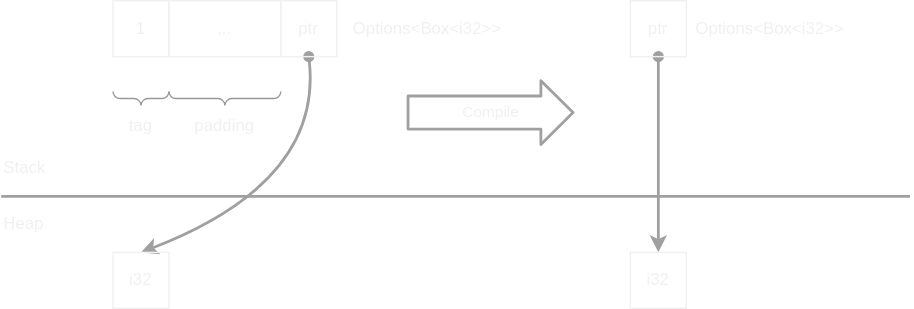
This is docs/rust/memory_layout/images/option.drawio.svg from htgithub194/self-study, a draw.io export, as it was before one commit. Source tidied: cells renumbered, new cells last; positions are measured from the earlier drawing's top-left corner, leaving out a move shared by most shapes.
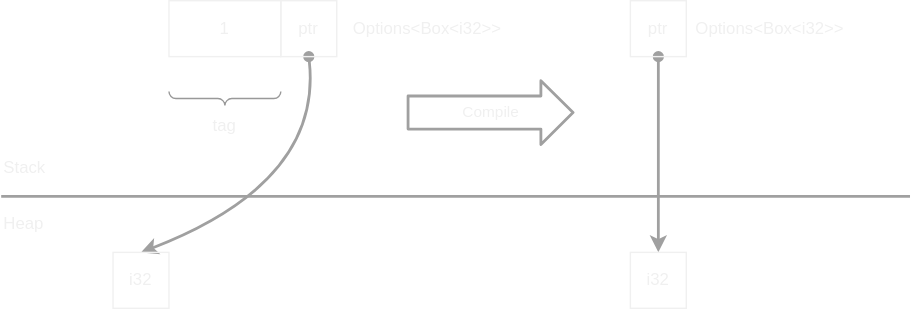
Later version of the same file.

What changed in the source:
```diff
@@ -2,10 +2,7 @@
   <root>
     <mxCell id="0" />
     <mxCell id="1" parent="0" />
-    <mxCell id="2" value="1" style="rounded=0;whiteSpace=wrap;html=1;flipH=1;flipV=1;fillColor=none;fontColor=#F0F0F0;strokeColor=#F0F0F0;" parent="1" vertex="1">
-      <mxGeometry x="80" width="40" height="40" as="geometry" />
-    </mxCell>
-    <mxCell id="3" value="..." style="rounded=0;whiteSpace=wrap;html=1;flipH=1;flipV=1;fillColor=none;fontColor=#F0F0F0;strokeColor=#F0F0F0;" parent="1" vertex="1">
+    <mxCell id="3" value="1" style="rounded=0;whiteSpace=wrap;html=1;flipH=1;flipV=1;fillColor=none;fontColor=#F0F0F0;strokeColor=#F0F0F0;" parent="1" vertex="1">
       <mxGeometry x="120" width="80" height="40" as="geometry" />
     </mxCell>
     <mxCell id="4" style="edgeStyle=none;curved=1;html=1;exitX=0.5;exitY=1;exitDx=0;exitDy=0;entryX=0.5;entryY=0;entryDx=0;entryDy=0;strokeColor=#A0A0A0;strokeWidth=2;startArrow=oval;startFill=1;targetPerimeterSpacing=10;fontColor=#F0F0F0;" parent="1" edge="1" source="5" target="14">
@@ -18,16 +15,10 @@
     <mxCell id="5" value="ptr" style="rounded=0;whiteSpace=wrap;html=1;flipH=1;flipV=1;fillColor=none;fontColor=#F0F0F0;strokeColor=#F0F0F0;" parent="1" vertex="1">
       <mxGeometry x="200" width="40" height="40" as="geometry" />
     </mxCell>
-    <mxCell id="6" style="verticalLabelPosition=bottom;shadow=0;dashed=0;align=center;html=1;verticalAlign=top;strokeWidth=1;shape=mxgraph.mockup.markup.curlyBrace;strokeColor=#999999;rotation=-180;fontColor=#F0F0F0;" parent="1" vertex="1">
-      <mxGeometry x="80" y="60" width="40" height="20" as="geometry" />
-    </mxCell>
     <mxCell id="7" style="verticalLabelPosition=bottom;shadow=0;dashed=0;align=center;html=1;verticalAlign=top;strokeWidth=1;shape=mxgraph.mockup.markup.curlyBrace;strokeColor=#999999;rotation=-180;fontColor=#F0F0F0;" parent="1" vertex="1">
       <mxGeometry x="120" y="65" width="80" height="10" as="geometry" />
     </mxCell>
-    <mxCell id="8" value="tag" style="text;html=1;strokeColor=none;fillColor=none;align=center;verticalAlign=middle;whiteSpace=wrap;rounded=0;fontColor=#F0F0F0;" parent="1" vertex="1">
-      <mxGeometry x="80" y="80" width="40" height="20" as="geometry" />
-    </mxCell>
-    <mxCell id="9" value="padding" style="text;html=1;strokeColor=none;fillColor=none;align=center;verticalAlign=middle;whiteSpace=wrap;rounded=0;fontColor=#F0F0F0;" parent="1" vertex="1">
+    <mxCell id="9" value="tag" style="text;html=1;strokeColor=none;fillColor=none;align=center;verticalAlign=middle;whiteSpace=wrap;rounded=0;fontColor=#F0F0F0;" parent="1" vertex="1">
       <mxGeometry x="120" y="80" width="80" height="20" as="geometry" />
     </mxCell>
     <mxCell id="10" value="Options&amp;lt;Box&amp;lt;i32&amp;gt;&amp;gt;" style="text;html=1;strokeColor=none;fillColor=none;align=center;verticalAlign=middle;whiteSpace=wrap;rounded=0;fontColor=#F0F0F0;" parent="1" vertex="1">
```
